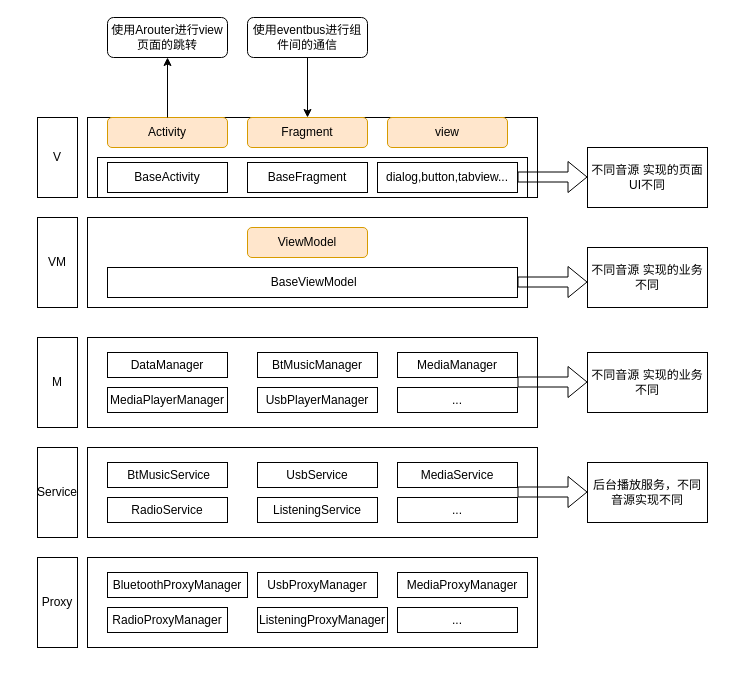
Above: page "第 1 页" (1 of 10) of 未命名绘图.drawio in NewPlayerAndroid/Latest-Interview (draw.io), before the change. Source tidied: cells renumbered, new cells numbered last; positions are measured from the earlier drawing's top-left corner, leaving out a move shared by most shapes. Both pictures are drawn from the tidied source at 100%, with x=0, y=0 at pixel (17, 17).
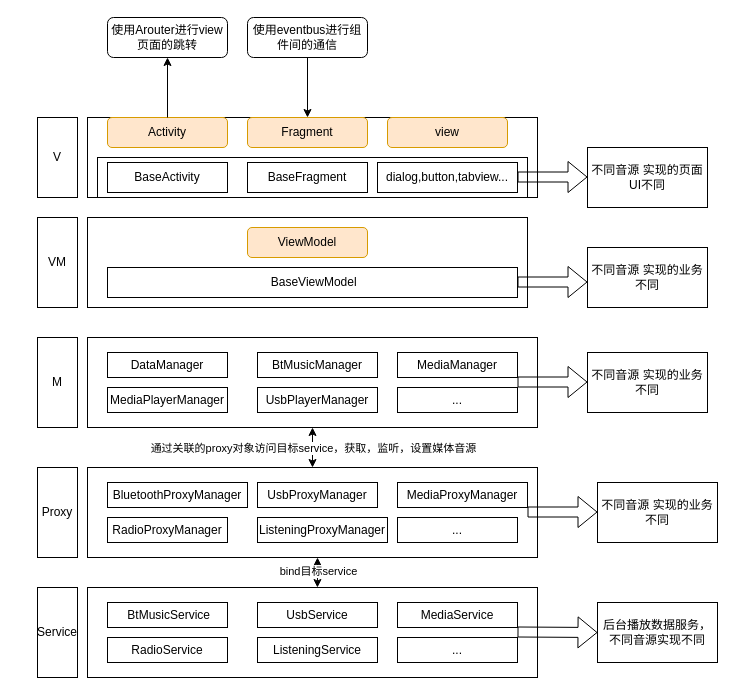
Above is the later version.

Unchanged cells that the change refers to:
```xml
<mxCell id="22" style="rounded=0;whiteSpace=wrap;html=1;" parent="1" vertex="1">
  <mxGeometry x="70" y="320" width="450" height="90" as="geometry" />
</mxCell>
```

Diff of the diagram source:
```diff
@@
     <mxCell id="35" value="Service" style="rounded=0;whiteSpace=wrap;html=1;" parent="1" vertex="1">
-      <mxGeometry x="20" y="430" width="40" height="90" as="geometry" />
+      <mxGeometry x="20" y="570" width="40" height="90" as="geometry" />
     </mxCell>
     <mxCell id="36" value="Proxy" style="rounded=0;whiteSpace=wrap;html=1;" parent="1" vertex="1">
-      <mxGeometry x="20" y="540" width="40" height="90" as="geometry" />
+      <mxGeometry x="20" y="450" width="40" height="90" as="geometry" />
     </mxCell>
     <mxCell id="37" style="rounded=0;whiteSpace=wrap;html=1;" parent="1" vertex="1">
-      <mxGeometry x="70" y="430" width="450" height="90" as="geometry" />
+      <mxGeometry x="70" y="570" width="450" height="90" as="geometry" />
     </mxCell>
     <mxCell id="38" value="&amp;nbsp;BtMusicService" style="rounded=0;whiteSpace=wrap;html=1;" parent="1" vertex="1">
-      <mxGeometry x="90" y="445" width="120" height="25" as="geometry" />
+      <mxGeometry x="90" y="585" width="120" height="25" as="geometry" />
     </mxCell>
     <mxCell id="39" value="UsbService" style="rounded=0;whiteSpace=wrap;html=1;" parent="1" vertex="1">
-      <mxGeometry x="240" y="445" width="120" height="25" as="geometry" />
+      <mxGeometry x="240" y="585" width="120" height="25" as="geometry" />
     </mxCell>
     <mxCell id="40" value="MediaService" style="rounded=0;whiteSpace=wrap;html=1;" parent="1" vertex="1">
-      <mxGeometry x="380" y="445" width="120" height="25" as="geometry" />
+      <mxGeometry x="380" y="585" width="120" height="25" as="geometry" />
     </mxCell>
     <mxCell id="41" value="RadioService" style="rounded=0;whiteSpace=wrap;html=1;" parent="1" vertex="1">
-      <mxGeometry x="90" y="480" width="120" height="25" as="geometry" />
+      <mxGeometry x="90" y="620" width="120" height="25" as="geometry" />
     </mxCell>
     <mxCell id="42" value="ListeningService" style="rounded=0;whiteSpace=wrap;html=1;" parent="1" vertex="1">
-      <mxGeometry x="240" y="480" width="120" height="25" as="geometry" />
+      <mxGeometry x="240" y="620" width="120" height="25" as="geometry" />
     </mxCell>
     <mxCell id="43" value="..." style="rounded=0;whiteSpace=wrap;html=1;" parent="1" vertex="1">
-      <mxGeometry x="380" y="480" width="120" height="25" as="geometry" />
+      <mxGeometry x="380" y="620" width="120" height="25" as="geometry" />
     </mxCell>
     <mxCell id="44" style="rounded=0;whiteSpace=wrap;html=1;" parent="1" vertex="1">
-      <mxGeometry x="70" y="540" width="450" height="90" as="geometry" />
+      <mxGeometry x="70" y="450" width="450" height="90" as="geometry" />
     </mxCell>
     <mxCell id="45" value="BluetoothProxyManager" style="rounded=0;whiteSpace=wrap;html=1;" parent="1" vertex="1">
-      <mxGeometry x="90" y="555" width="140" height="25" as="geometry" />
+      <mxGeometry x="90" y="465" width="140" height="25" as="geometry" />
     </mxCell>
     <mxCell id="46" value="UsbProxyManager" style="rounded=0;whiteSpace=wrap;html=1;" parent="1" vertex="1">
-      <mxGeometry x="240" y="555" width="120" height="25" as="geometry" />
+      <mxGeometry x="240" y="465" width="120" height="25" as="geometry" />
     </mxCell>
     <mxCell id="47" value="MediaProxyManager" style="rounded=0;whiteSpace=wrap;html=1;" parent="1" vertex="1">
-      <mxGeometry x="380" y="555" width="130" height="25" as="geometry" />
+      <mxGeometry x="380" y="465" width="130" height="25" as="geometry" />
     </mxCell>
     <mxCell id="48" value="RadioProxyManager" style="rounded=0;whiteSpace=wrap;html=1;" parent="1" vertex="1">
-      <mxGeometry x="90" y="590" width="120" height="25" as="geometry" />
+      <mxGeometry x="90" y="500" width="120" height="25" as="geometry" />
     </mxCell>
     <mxCell id="49" value="ListeningProxyManager" style="rounded=0;whiteSpace=wrap;html=1;" parent="1" vertex="1">
-      <mxGeometry x="240" y="590" width="130" height="25" as="geometry" />
+      <mxGeometry x="240" y="500" width="130" height="25" as="geometry" />
     </mxCell>
     <mxCell id="50" value="..." style="rounded=0;whiteSpace=wrap;html=1;" parent="1" vertex="1">
-      <mxGeometry x="380" y="590" width="120" height="25" as="geometry" />
+      <mxGeometry x="380" y="500" width="120" height="25" as="geometry" />
     </mxCell>
-    <mxCell id="51" style="shape=flexArrow;endArrow=classic;html=1;rounded=0;" parent="1" edge="1">
+    <mxCell id="51" style="shape=flexArrow;endArrow=classic;html=1;rounded=0;entryX=0;entryY=0.5;entryDx=0;entryDy=0;" parent="1" edge="1" target="52">
       <mxGeometry relative="1" as="geometry">
-        <mxPoint x="500" y="474.5" as="sourcePoint" />
-        <mxPoint x="570" y="474.5" as="targetPoint" />
+        <mxPoint x="500" y="614.5" as="sourcePoint" />
       </mxGeometry>
     </mxCell>
-    <mxCell id="52" value="后台播放服务，不同音源实现不同" style="rounded=0;whiteSpace=wrap;html=1;" parent="1" vertex="1">
-      <mxGeometry x="570" y="445" width="120" height="60" as="geometry" />
+    <mxCell id="52" value="后台播放数据服务，不同音源实现不同" style="rounded=0;whiteSpace=wrap;html=1;" parent="1" vertex="1">
+      <mxGeometry x="580" y="585" width="120" height="60" as="geometry" />
     </mxCell>
+    <mxCell id="53" style="endArrow=classic;startArrow=classic;html=1;rounded=0;exitX=0.5;exitY=0;exitDx=0;exitDy=0;entryX=0.5;entryY=1;entryDx=0;entryDy=0;" parent="1" edge="1" source="44" target="22">
+      <mxGeometry relative="1" as="geometry" />
+    </mxCell>
+    <mxCell id="54" value="通过关联的proxy对象访问目标service，获取，监听，设置媒体音源" style="edgeLabel;html=1;align=center;verticalAlign=middle;" parent="53" vertex="1">
+      <mxGeometry relative="1" as="geometry" />
+    </mxCell>
+    <mxCell id="55" style="endArrow=classic;startArrow=classic;html=1;rounded=0;exitX=0.511;exitY=0;exitDx=0;exitDy=0;exitPerimeter=0;" parent="1" edge="1" source="37">
+      <mxGeometry relative="1" as="geometry">
+        <mxPoint x="300" y="540" as="targetPoint" />
+      </mxGeometry>
+    </mxCell>
+    <mxCell id="56" value="bind目标service" style="edgeLabel;html=1;align=center;verticalAlign=middle;" parent="55" vertex="1">
+      <mxGeometry x="0.13" y="-1" relative="1" as="geometry" />
+    </mxCell>
+    <mxCell id="57" style="shape=flexArrow;endArrow=classic;html=1;rounded=0;" parent="1" edge="1">
+      <mxGeometry relative="1" as="geometry">
+        <mxPoint x="510" y="494.5" as="sourcePoint" />
+        <mxPoint x="580" y="494.5" as="targetPoint" />
+      </mxGeometry>
+    </mxCell>
+    <mxCell id="58" value="不同音源 实现的业务不同" style="rounded=0;whiteSpace=wrap;html=1;" parent="1" vertex="1">
+      <mxGeometry x="580" y="465" width="120" height="60" as="geometry" />
+    </mxCell>
```
